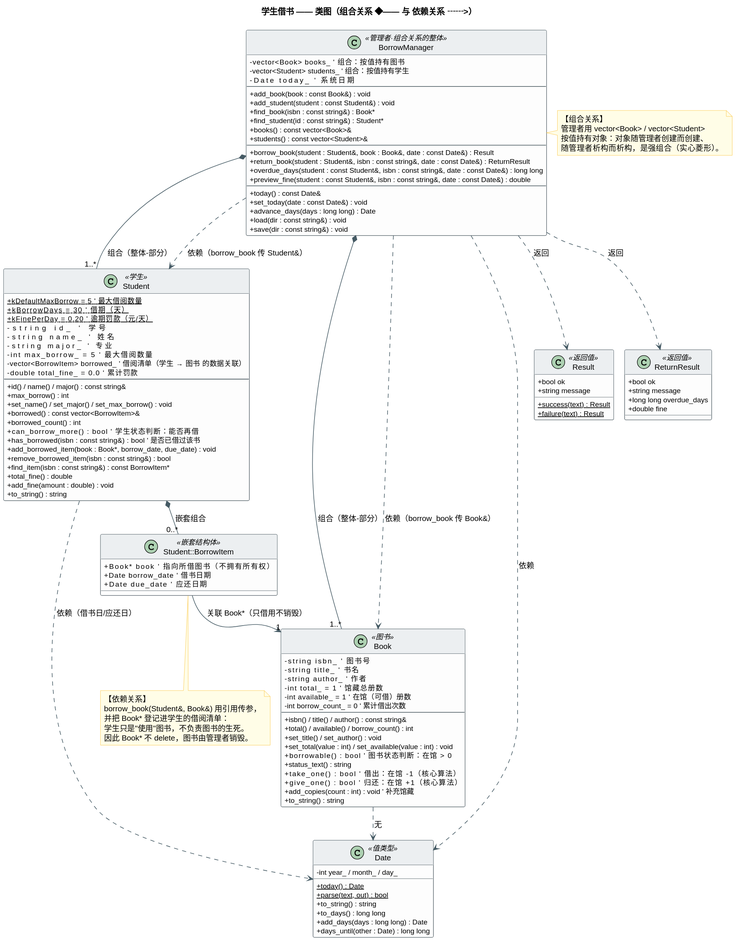
The PlantUML diagram docs/uml/img/borrow-class-diagram.svg in caZengines/library-management-system, before a commit. The source it was exported from:
```plantuml
@startuml
!pragma layout smetana
skinparam dpi 110
skinparam classAttributeIconSize 0
skinparam shadowing false
skinparam linetype polyline
skinparam nodesep 40
skinparam ranksep 46
skinparam ArrowColor #455A64
skinparam class {
  BackgroundColor #FDFDFD
  BorderColor #37474F
  HeaderBackgroundColor #ECEFF1
  AttributeFontSize 12
  FontSize 13
}
skinparam note {
  BackgroundColor #FFFDE7
  BorderColor #FBC02D
}

title 学生借书 —— 类图（组合关系 ◆—— 与 依赖关系 ┄┄>）

class BorrowManager <<管理者·组合关系的整体>> {
  - vector<Book> books_        ' 组合：按值持有图书
  - vector<Student> students_  ' 组合：按值持有学生
  - Date today_                ' 系统日期
  --
  + add_book(book : const Book&) : void
  + add_student(student : const Student&) : void
  + find_book(isbn : const string&) : Book*
  + find_student(id : const string&) : Student*
  + books() : const vector<Book>&
  + students() : const vector<Student>&
  --
  + borrow_book(student : Student&, book : Book&, date : const Date&) : Result
  + return_book(student : Student&, isbn : const string&, date : const Date&) : ReturnResult
  + overdue_days(student : const Student&, isbn : const string&, date : const Date&) : long long
  + preview_fine(student : const Student&, isbn : const string&, date : const Date&) : double
  --
  + today() : const Date&
  + set_today(date : const Date&) : void
  + advance_days(days : long long) : Date
  + load(dir : const string&) : void
  + save(dir : const string&) : void
}

class Student <<学生>> {
  + {static} kDefaultMaxBorrow = 5     ' 最大借阅数量
  + {static} kBorrowDays = 30          ' 借期（天）
  + {static} kFinePerDay = 0.20        ' 逾期罚款（元/天）
  - string id_                         ' 学号
  - string name_                       ' 姓名
  - string major_                      ' 专业
  - int max_borrow_ = 5                ' 最大借阅数量
  - vector<BorrowItem> borrowed_       ' 借阅清单（学生 → 图书 的数据关联）
  - double total_fine_ = 0.0           ' 累计罚款
  --
  + id() / name() / major() : const string&
  + max_borrow() : int
  + set_name() / set_major() / set_max_borrow() : void
  + borrowed() : const vector<BorrowItem>&
  + borrowed_count() : int
  + can_borrow_more() : bool            ' 学生状态判断：能否再借
  + has_borrowed(isbn : const string&) : bool   ' 是否已借过该书
  + add_borrowed_item(book : Book*, borrow_date, due_date) : void
  + remove_borrowed_item(isbn : const string&) : bool
  + find_item(isbn : const string&) : const BorrowItem*
  + total_fine() : double
  + add_fine(amount : double) : void
  + to_string() : string
}

class "Student::BorrowItem" as BorrowItem <<嵌套结构体>> {
  + Book* book             ' 指向所借图书（不拥有所有权）
  + Date borrow_date       ' 借书日期
  + Date due_date          ' 应还日期
}

class Book <<图书>> {
  - string isbn_           ' 图书号
  - string title_          ' 书名
  - string author_         ' 作者
  - int total_ = 1         ' 馆藏总册数
  - int available_ = 1     ' 在馆（可借）册数
  - int borrow_count_ = 0  ' 累计借出次数
  --
  + isbn() / title() / author() : const string&
  + total() / available() / borrow_count() : int
  + set_title() / set_author() : void
  + set_total(value : int) / set_available(value : int) : void
  + borrowable() : bool            ' 图书状态判断：在馆 > 0
  + status_text() : string
  + take_one() : bool              ' 借出：在馆 -1（核心算法）
  + give_one() : bool              ' 归还：在馆 +1（核心算法）
  + add_copies(count : int) : void ' 补充馆藏
  + to_string() : string
}

class Date <<值类型>> {
  - int year_ / month_ / day_
  + {static} today() : Date
  + {static} parse(text, out) : bool
  + to_string() : string
  + to_days() : long long
  + add_days(days : long long) : Date
  + days_until(other : Date) : long long
}

class Result <<返回值>> {
  + bool ok
  + string message
  + {static} success(text) : Result
  + {static} failure(text) : Result
}

class ReturnResult <<返回值>> {
  + bool ok
  + string message
  + long long overdue_days
  + double fine
}

BorrowManager *-- "1..*" Book : 组合（整体-部分）
BorrowManager *-- "1..*" Student : 组合（整体-部分）

Student *-- "0..*" BorrowItem : 嵌套组合

BorrowItem --> "1" Book : 关联 Book*（只借用不销毁）
BorrowManager ..> Book : 依赖（borrow_book 传 Book&）
BorrowManager ..> Student : 依赖（borrow_book 传 Student&）
BorrowManager ..> Date : 依赖
BorrowManager ..> Result : 返回
BorrowManager ..> ReturnResult : 返回
Student ..> Date : 依赖（借书日/应还日）
Book ..> Date : 无

note right of BorrowManager
  【组合关系】
  管理者用 vector<Book> / vector<Student>
  按值持有对象：对象随管理者创建而创建、
  随管理者析构而析构，是强组合（实心菱形）。
end note

note bottom of BorrowItem
  【依赖关系】
  borrow_book(Student&, Book&) 用引用传参，
  并把 Book* 登记进学生的借阅清单：
  学生只是"使用"图书，不负责图书的生死。
  因此 Book* 不 delete，图书由管理者销毁。
end note
@enduml
```
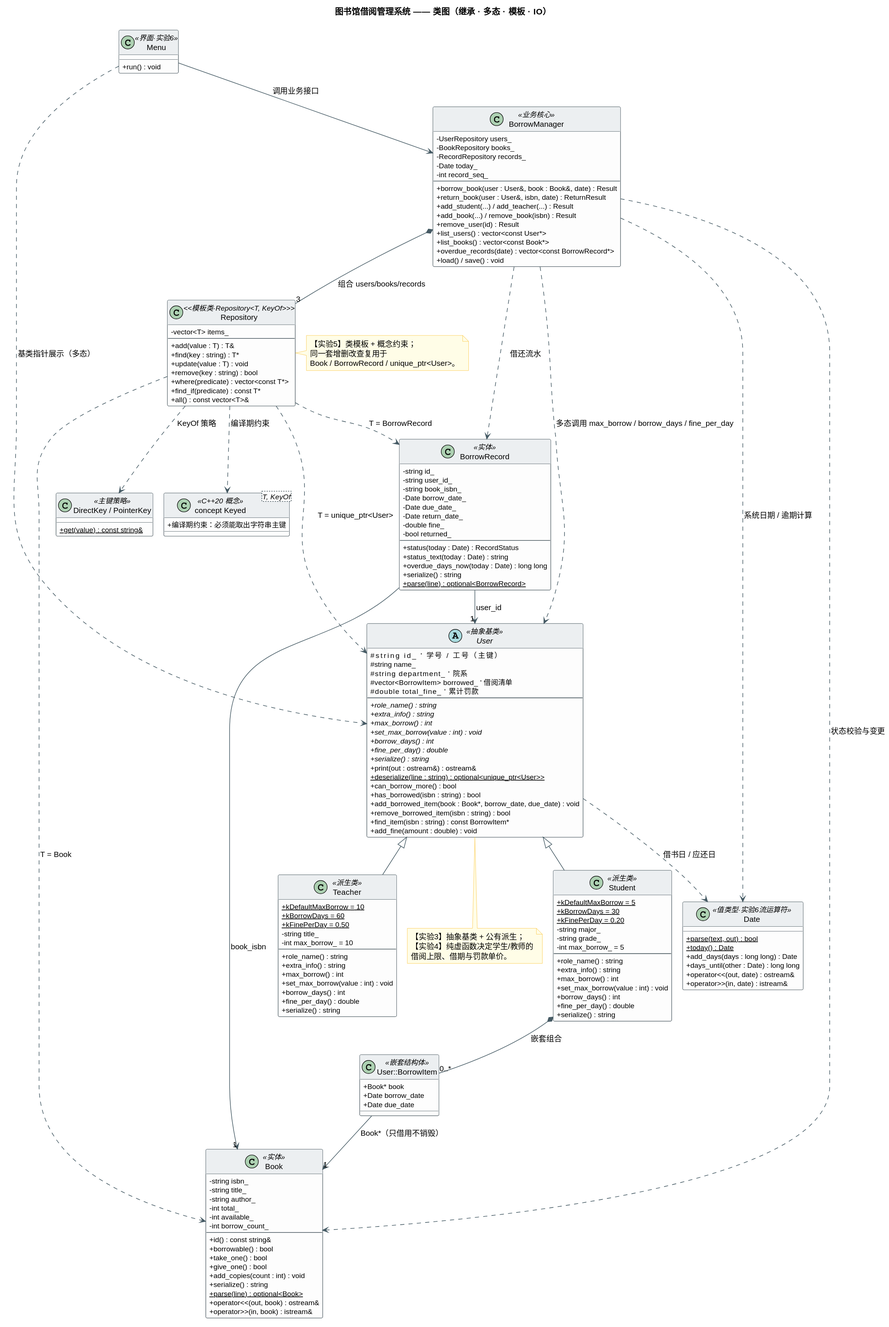
Above is the later version.

What changed in the source:
```diff
@@ -19,134 +19,191 @@
   BorderColor #FBC02D
 }
 
-title 学生借书 —— 类图（组合关系 ◆—— 与 依赖关系 ┄┄>）
+title 图书馆借阅管理系统 —— 类图（继承 · 多态 · 模板 · IO）
 
-class BorrowManager <<管理者·组合关系的整体>> {
-  - vector<Book> books_        ' 组合：按值持有图书
-  - vector<Student> students_  ' 组合：按值持有学生
-  - Date today_                ' 系统日期
+abstract class User <<抽象基类>> {
+  # string id_                ' 学号 / 工号（主键）
+  # string name_
+  # string department_        ' 院系
+  # vector<BorrowItem> borrowed_   ' 借阅清单
+  # double total_fine_        ' 累计罚款
   --
-  + add_book(book : const Book&) : void
-  + add_student(student : const Student&) : void
-  + find_book(isbn : const string&) : Book*
-  + find_student(id : const string&) : Student*
-  + books() : const vector<Book>&
-  + students() : const vector<Student>&
-  --
-  + borrow_book(student : Student&, book : Book&, date : const Date&) : Result
-  + return_book(student : Student&, isbn : const string&, date : const Date&) : ReturnResult
-  + overdue_days(student : const Student&, isbn : const string&, date : const Date&) : long long
-  + preview_fine(student : const Student&, isbn : const string&, date : const Date&) : double
-  --
-  + today() : const Date&
-  + set_today(date : const Date&) : void
-  + advance_days(days : long long) : Date
-  + load(dir : const string&) : void
-  + save(dir : const string&) : void
+  + {abstract} role_name() : string
+  + {abstract} extra_info() : string
+  + {abstract} max_borrow() : int
+  + {abstract} set_max_borrow(value : int) : void
+  + {abstract} borrow_days() : int
+  + {abstract} fine_per_day() : double
+  + {abstract} serialize() : string
+  + print(out : ostream&) : ostream&
+  + {static} deserialize(line : string) : optional<unique_ptr<User>>
+  + can_borrow_more() : bool
+  + has_borrowed(isbn : string) : bool
+  + add_borrowed_item(book : Book*, borrow_date, due_date) : void
+  + remove_borrowed_item(isbn : string) : bool
+  + find_item(isbn : string) : const BorrowItem*
+  + add_fine(amount : double) : void
 }
 
-class Student <<学生>> {
-  + {static} kDefaultMaxBorrow = 5     ' 最大借阅数量
-  + {static} kBorrowDays = 30          ' 借期（天）
-  + {static} kFinePerDay = 0.20        ' 逾期罚款（元/天）
-  - string id_                         ' 学号
-  - string name_                       ' 姓名
-  - string major_                      ' 专业
-  - int max_borrow_ = 5                ' 最大借阅数量
-  - vector<BorrowItem> borrowed_       ' 借阅清单（学生 → 图书 的数据关联）
-  - double total_fine_ = 0.0           ' 累计罚款
-  --
-  + id() / name() / major() : const string&
-  + max_borrow() : int
-  + set_name() / set_major() / set_max_borrow() : void
-  + borrowed() : const vector<BorrowItem>&
-  + borrowed_count() : int
-  + can_borrow_more() : bool            ' 学生状态判断：能否再借
-  + has_borrowed(isbn : const string&) : bool   ' 是否已借过该书
-  + add_borrowed_item(book : Book*, borrow_date, due_date) : void
-  + remove_borrowed_item(isbn : const string&) : bool
-  + find_item(isbn : const string&) : const BorrowItem*
-  + total_fine() : double
-  + add_fine(amount : double) : void
-  + to_string() : string
+class "User::BorrowItem" as BorrowItem <<嵌套结构体>> {
+  + Book* book
+  + Date borrow_date
+  + Date due_date
 }
 
-class "Student::BorrowItem" as BorrowItem <<嵌套结构体>> {
-  + Book* book             ' 指向所借图书（不拥有所有权）
-  + Date borrow_date       ' 借书日期
-  + Date due_date          ' 应还日期
+class Student <<派生类>> {
+  + {static} kDefaultMaxBorrow = 5
+  + {static} kBorrowDays = 30
+  + {static} kFinePerDay = 0.20
+  - string major_
+  - string grade_
+  - int max_borrow_ = 5
+  --
+  + role_name() : string
+  + extra_info() : string
+  + max_borrow() : int
+  + set_max_borrow(value : int) : void
+  + borrow_days() : int
+  + fine_per_day() : double
+  + serialize() : string
 }
 
-class Book <<图书>> {
-  - string isbn_           ' 图书号
-  - string title_          ' 书名
-  - string author_         ' 作者
-  - int total_ = 1         ' 馆藏总册数
-  - int available_ = 1     ' 在馆（可借）册数
-  - int borrow_count_ = 0  ' 累计借出次数
+class Teacher <<派生类>> {
+  + {static} kDefaultMaxBorrow = 10
+  + {static} kBorrowDays = 60
+  + {static} kFinePerDay = 0.50
+  - string title_
+  - int max_borrow_ = 10
   --
-  + isbn() / title() / author() : const string&
-  + total() / available() / borrow_count() : int
-  + set_title() / set_author() : void
-  + set_total(value : int) / set_available(value : int) : void
-  + borrowable() : bool            ' 图书状态判断：在馆 > 0
-  + status_text() : string
-  + take_one() : bool              ' 借出：在馆 -1（核心算法）
-  + give_one() : bool              ' 归还：在馆 +1（核心算法）
-  + add_copies(count : int) : void ' 补充馆藏
-  + to_string() : string
+  + role_name() : string
+  + extra_info() : string
+  + max_borrow() : int
+  + set_max_borrow(value : int) : void
+  + borrow_days() : int
+  + fine_per_day() : double
+  + serialize() : string
 }
 
-class Date <<值类型>> {
-  - int year_ / month_ / day_
+class Book <<实体>> {
+  - string isbn_
+  - string title_
+  - string author_
+  - int total_
+  - int available_
+  - int borrow_count_
+  --
+  + id() : const string&
+  + borrowable() : bool
+  + take_one() : bool
+  + give_one() : bool
+  + add_copies(count : int) : void
+  + serialize() : string
+  + {static} parse(line) : optional<Book>
+  + operator<<(out, book) : ostream&
+  + operator>>(in, book) : istream&
+}
+
+class BorrowRecord <<实体>> {
+  - string id_
+  - string user_id_
+  - string book_isbn_
+  - Date borrow_date_
+  - Date due_date_
+  - Date return_date_
+  - double fine_
+  - bool returned_
+  --
+  + status(today : Date) : RecordStatus
+  + status_text(today : Date) : string
+  + overdue_days_now(today : Date) : long long
+  + serialize() : string
+  + {static} parse(line) : optional<BorrowRecord>
+}
+
+class Date <<值类型·实验6流运算符>> {
+  + {static} parse(text, out) : bool
   + {static} today() : Date
-  + {static} parse(text, out) : bool
-  + to_string() : string
-  + to_days() : long long
   + add_days(days : long long) : Date
   + days_until(other : Date) : long long
+  + operator<<(out, date) : ostream&
+  + operator>>(in, date) : istream&
 }
 
-class Result <<返回值>> {
-  + bool ok
-  + string message
-  + {static} success(text) : Result
-  + {static} failure(text) : Result
+class Repository <<模板类·Repository<T, KeyOf>>> {
+  - vector<T> items_
+  --
+  + add(value : T) : T&
+  + find(key : string) : T*
+  + update(value : T) : void
+  + remove(key : string) : bool
+  + where(predicate) : vector<const T*>
+  + find_if(predicate) : const T*
+  + all() : const vector<T>&
 }
 
-class ReturnResult <<返回值>> {
-  + bool ok
-  + string message
-  + long long overdue_days
-  + double fine
+class "DirectKey / PointerKey" as KeyPolicy <<主键策略>> {
+  + {static} get(value) : const string&
 }
 
-BorrowManager *-- "1..*" Book : 组合（整体-部分）
-BorrowManager *-- "1..*" Student : 组合（整体-部分）
+class "concept Keyed<T, KeyOf>" as Keyed <<C++20 概念>> {
+  + 编译期约束：必须能取出字符串主键
+}
 
+class BorrowManager <<业务核心>> {
+  - UserRepository users_
+  - BookRepository books_
+  - RecordRepository records_
+  - Date today_
+  - int record_seq_
+  --
+  + borrow_book(user : User&, book : Book&, date) : Result
+  + return_book(user : User&, isbn, date) : ReturnResult
+  + add_student(...) / add_teacher(...) : Result
+  + add_book(...) / remove_book(isbn) : Result
+  + remove_user(id) : Result
+  + list_users() : vector<const User*>
+  + list_books() : vector<const Book*>
+  + overdue_records(date) : vector<const BorrowRecord*>
+  + load() / save() : void
+}
+
+class Menu <<界面·实验6>> {
+  + run() : void
+}
+
+User <|-- Student
+User <|-- Teacher
 Student *-- "0..*" BorrowItem : 嵌套组合
+BorrowItem --> "1" Book : Book*（只借用不销毁）
+User ..> Date : 借书日 / 应还日
 
-BorrowItem --> "1" Book : 关联 Book*（只借用不销毁）
-BorrowManager ..> Book : 依赖（borrow_book 传 Book&）
-BorrowManager ..> Student : 依赖（borrow_book 传 Student&）
-BorrowManager ..> Date : 依赖
-BorrowManager ..> Result : 返回
-BorrowManager ..> ReturnResult : 返回
-Student ..> Date : 依赖（借书日/应还日）
-Book ..> Date : 无
+BorrowManager *-- "3" Repository : 组合 users/books/records
+BorrowManager ..> User : 多态调用 max_borrow / borrow_days / fine_per_day
+BorrowManager ..> Book : 状态校验与变更
+BorrowManager ..> BorrowRecord : 借还流水
+BorrowManager ..> Date : 系统日期 / 逾期计算
 
-note right of BorrowManager
-  【组合关系】
-  管理者用 vector<Book> / vector<Student>
-  按值持有对象：对象随管理者创建而创建、
-  随管理者析构而析构，是强组合（实心菱形）。
+Repository ..> KeyPolicy : KeyOf 策略
+Repository ..> Keyed : 编译期约束
+Repository ..> User : T = unique_ptr<User>
+Repository ..> Book : T = Book
+Repository ..> BorrowRecord : T = BorrowRecord
+
+BorrowRecord --> "1" User : user_id
+BorrowRecord --> "1" Book : book_isbn
+
+Menu --> BorrowManager : 调用业务接口
+Menu ..> User : 基类指针展示（多态）
+
+note bottom of User
+  【实验3】抽象基类 + 公有派生；
+  【实验4】纯虚函数决定学生/教师的
+  借阅上限、借期与罚款单价。
 end note
 
-note bottom of BorrowItem
-  【依赖关系】
-  borrow_book(Student&, Book&) 用引用传参，
-  并把 Book* 登记进学生的借阅清单：
-  学生只是"使用"图书，不负责图书的生死。
-  因此 Book* 不 delete，图书由管理者销毁。
+note right of Repository
+  【实验5】类模板 + 概念约束；
+  同一套增删改查复用于
+  Book / BorrowRecord / unique_ptr<User>。
 end note
 @enduml
```
